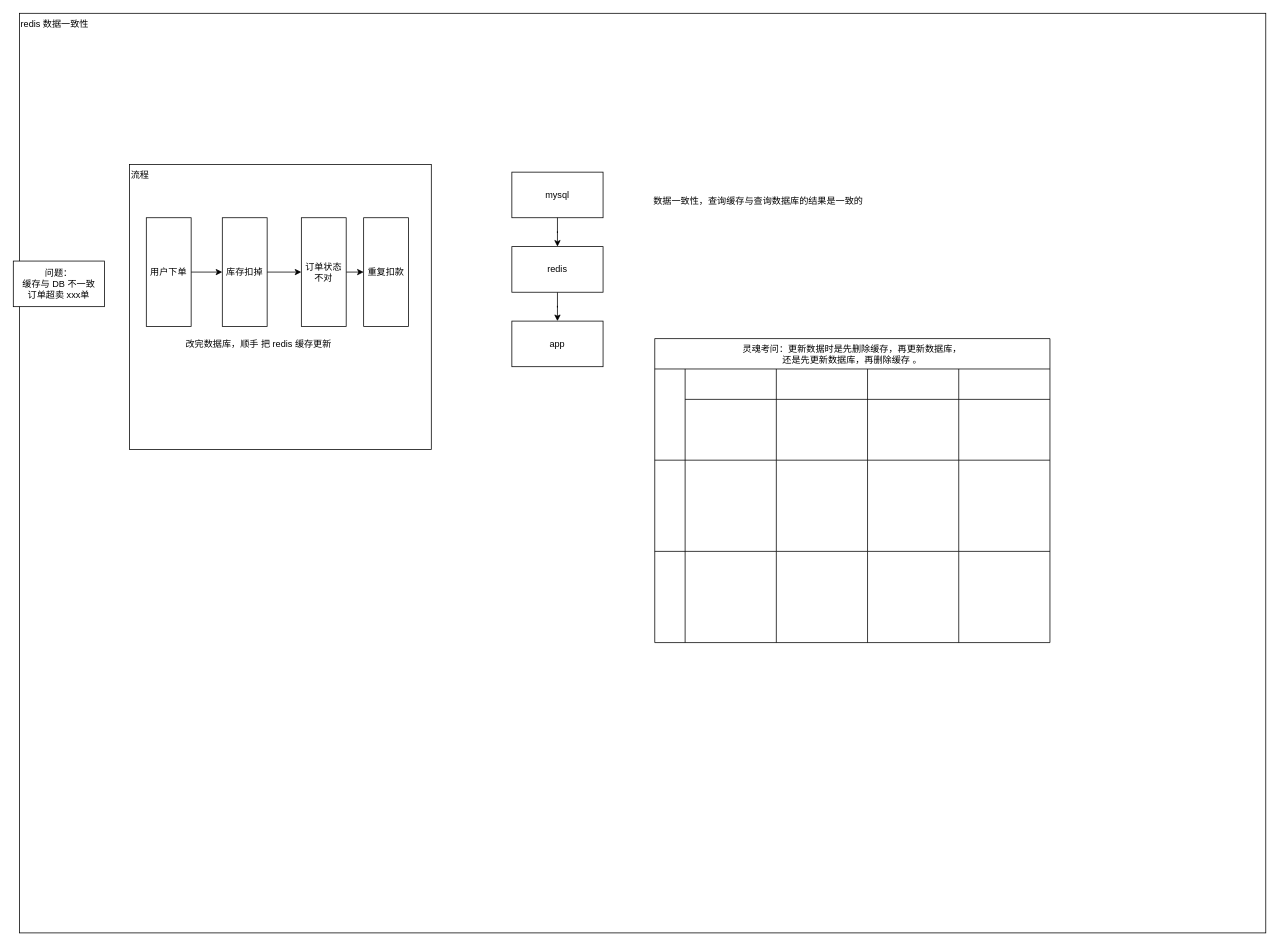
Earlier version of the draw.io diagram page "第 13 页" (13 of 13) of 2-redis/Redis-架构与面试.drawio (vic868/Deliberate). Source tidied: cells renumbered, new cells numbered last; positions are measured from the earlier drawing's top-left corner, leaving out a move shared by most shapes. Both pictures are drawn from the tidied source at 76%, with x=0, y=0 at pixel (13, 13).
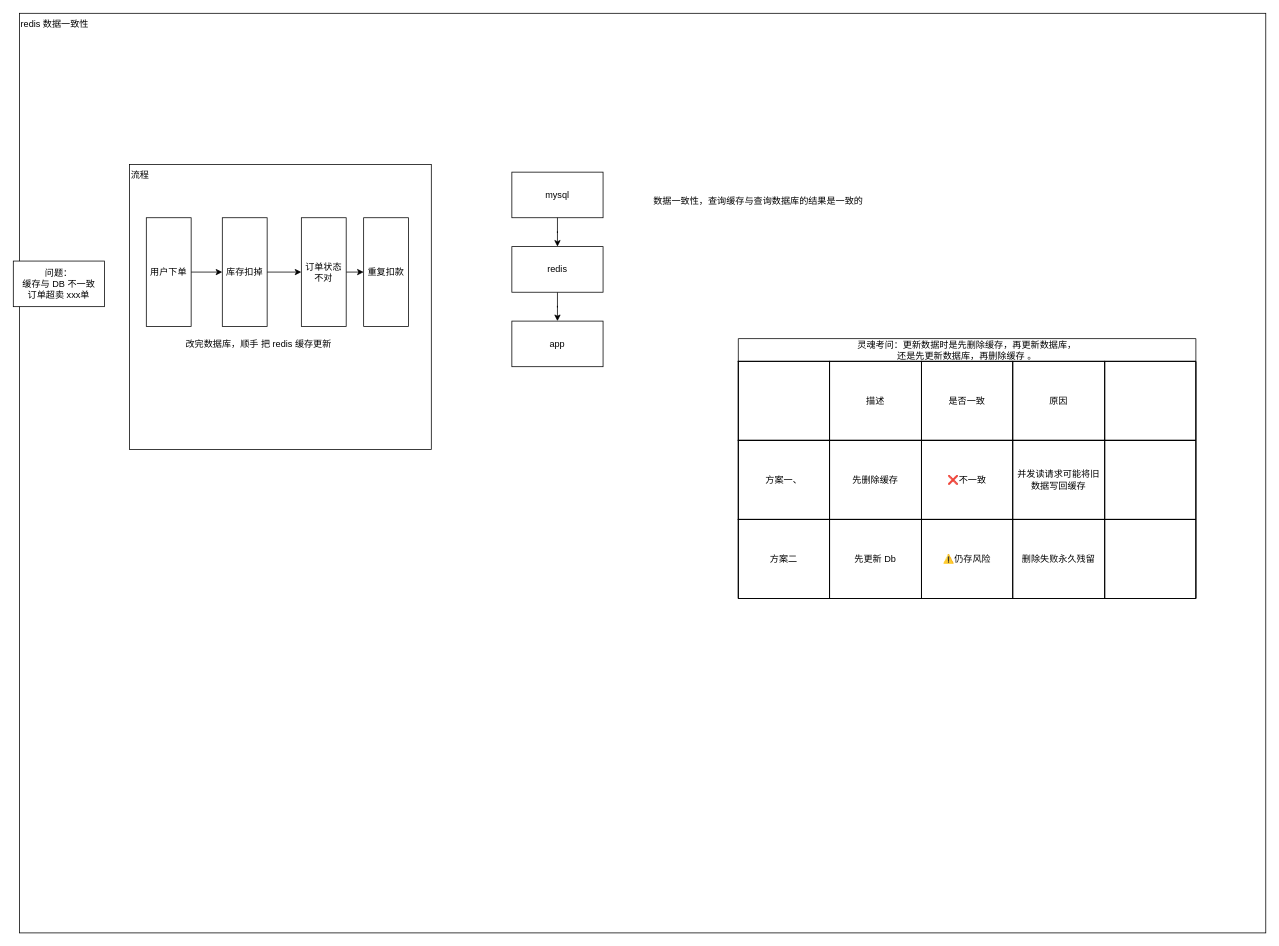
Above is the later version.

Commit message:
vault backup: 2026-10-24 13:47:46

The edit, as a diff of the source:
```diff
@@
-    <mxCell id="20" value="灵魂考问：更新数据时是先删除缓存，再更新数据库，&#10;还是先更新数据库，再删除缓存 。" style="shape=table;childLayout=tableLayout;fixedHeader=1;tableRender=collapsed;startSize=40;" parent="1" vertex="1">
-      <mxGeometry x="844" y="428" width="520" height="400" as="geometry" />
+    <mxCell id="20" value="灵魂考问：更新数据时是先删除缓存，再更新数据库，&#10;还是先更新数据库，再删除缓存 。" style="shape=table;startSize=30;childLayout=tableLayout;fixedHeader=1;tableRender=collapsed;" parent="1" vertex="1">
+      <mxGeometry x="954" y="428" width="602" height="342" as="geometry" />
     </mxCell>
-    <mxCell id="21" style="shape=tableRow;horizontal=0;swimlaneHead=0;swimlaneBody=0;strokeColor=inherit;fontStyle=0;fillColor=none;startSize=40;fixedHeader=1;whiteSpace=wrap;" parent="20" vertex="1">
-      <mxGeometry y="40" width="520" height="120" as="geometry" />
-    </mxCell>
-    <mxCell id="22" style="swimlane;swimlaneHead=0;swimlaneBody=0;fontStyle=0;strokeColor=inherit;fillColor=none;startSize=40;" parent="21" vertex="1">
-      <mxGeometry x="40" width="120" height="120" as="geometry" />
-    </mxCell>
-    <mxCell id="23" style="swimlane;swimlaneHead=0;swimlaneBody=0;fontStyle=0;strokeColor=inherit;fillColor=none;startSize=40;" parent="21" vertex="1">
-      <mxGeometry x="160" width="120" height="120" as="geometry" />
-    </mxCell>
-    <mxCell id="24" style="swimlane;swimlaneHead=0;swimlaneBody=0;fontStyle=0;strokeColor=inherit;fillColor=none;startSize=40;" parent="21" vertex="1">
-      <mxGeometry x="280" width="120" height="120" as="geometry" />
-    </mxCell>
-    <mxCell id="25" style="swimlane;swimlaneHead=0;swimlaneBody=0;fontStyle=0;strokeColor=inherit;fillColor=none;startSize=40;" parent="21" vertex="1">
-      <mxGeometry x="400" width="120" height="120" as="geometry" />
-    </mxCell>
-    <mxCell id="26" style="shape=tableRow;horizontal=0;swimlaneHead=0;swimlaneBody=0;strokeColor=inherit;fontStyle=0;fillColor=none;startSize=40;fixedHeader=1;" parent="20" vertex="1">
-      <mxGeometry y="160" width="520" height="120" as="geometry" />
-    </mxCell>
-    <mxCell id="27" style="swimlane;swimlaneHead=0;swimlaneBody=0;fontStyle=0;strokeColor=inherit;fillColor=none;startSize=0;" parent="26" vertex="1">
-      <mxGeometry x="40" width="120" height="120" as="geometry" />
-    </mxCell>
-    <mxCell id="28" style="swimlane;swimlaneHead=0;swimlaneBody=0;fontStyle=0;strokeColor=inherit;fillColor=none;startSize=0;" parent="26" vertex="1">
-      <mxGeometry x="160" width="120" height="120" as="geometry" />
-    </mxCell>
-    <mxCell id="29" style="swimlane;swimlaneHead=0;swimlaneBody=0;fontStyle=0;strokeColor=inherit;fillColor=none;startSize=0;" parent="26" vertex="1">
-      <mxGeometry x="280" width="120" height="120" as="geometry" />
-    </mxCell>
-    <mxCell id="30" style="swimlane;swimlaneHead=0;swimlaneBody=0;fontStyle=0;strokeColor=inherit;fillColor=none;startSize=0;" parent="26" vertex="1">
-      <mxGeometry x="400" width="120" height="120" as="geometry" />
-    </mxCell>
-    <mxCell id="31" style="shape=tableRow;horizontal=0;swimlaneHead=0;swimlaneBody=0;strokeColor=inherit;fontStyle=0;fillColor=none;startSize=40;fixedHeader=1;" parent="20" vertex="1">
-      <mxGeometry y="280" width="520" height="120" as="geometry" />
-    </mxCell>
-    <mxCell id="32" style="swimlane;swimlaneHead=0;swimlaneBody=0;fontStyle=0;strokeColor=inherit;fillColor=none;startSize=0;" parent="31" vertex="1">
-      <mxGeometry x="40" width="120" height="120" as="geometry" />
-    </mxCell>
-    <mxCell id="33" style="swimlane;swimlaneHead=0;swimlaneBody=0;fontStyle=0;strokeColor=inherit;fillColor=none;startSize=0;" parent="31" vertex="1">
-      <mxGeometry x="160" width="120" height="120" as="geometry" />
-    </mxCell>
-    <mxCell id="34" style="swimlane;swimlaneHead=0;swimlaneBody=0;fontStyle=0;strokeColor=inherit;fillColor=none;startSize=0;" parent="31" vertex="1">
-      <mxGeometry x="280" width="120" height="120" as="geometry" />
-    </mxCell>
-    <mxCell id="35" style="swimlane;swimlaneHead=0;swimlaneBody=0;fontStyle=0;strokeColor=inherit;fillColor=none;startSize=0;" parent="31" vertex="1">
-      <mxGeometry x="400" width="120" height="120" as="geometry" />
-    </mxCell>
+    <mxCell id="36" style="shape=tableRow;horizontal=0;startSize=0;swimlaneHead=0;swimlaneBody=0;strokeColor=inherit;fillColor=none;fixedHeader=1;" parent="20" vertex="1">
+      <mxGeometry y="30" width="602" height="104" as="geometry" />
+    </mxCell>
+    <mxCell id="37" style="shape=partialRectangle;html=1;whiteSpace=wrap;strokeColor=inherit;overflow=hidden;fillColor=none;" parent="36" vertex="1">
+      <mxGeometry width="120" height="104" as="geometry" />
+    </mxCell>
+    <mxCell id="38" value="描述" style="shape=partialRectangle;html=1;whiteSpace=wrap;strokeColor=inherit;overflow=hidden;fillColor=none;" parent="36" vertex="1">
+      <mxGeometry x="120" width="121" height="104" as="geometry" />
+    </mxCell>
+    <mxCell id="39" value="是否一致" style="shape=partialRectangle;html=1;whiteSpace=wrap;strokeColor=inherit;overflow=hidden;fillColor=none;" parent="36" vertex="1">
+      <mxGeometry x="241" width="120" height="104" as="geometry" />
+    </mxCell>
+    <mxCell id="40" value="原因" style="shape=partialRectangle;html=1;whiteSpace=wrap;strokeColor=inherit;overflow=hidden;fillColor=none;" parent="36" vertex="1">
+      <mxGeometry x="361" width="121" height="104" as="geometry" />
+    </mxCell>
+    <mxCell id="41" style="shape=partialRectangle;html=1;whiteSpace=wrap;strokeColor=inherit;overflow=hidden;fillColor=none;" parent="36" vertex="1">
+      <mxGeometry x="482" width="120" height="104" as="geometry" />
+    </mxCell>
+    <mxCell id="42" style="shape=tableRow;horizontal=0;startSize=0;swimlaneHead=0;swimlaneBody=0;strokeColor=inherit;fillColor=none;fixedHeader=1;" parent="20" vertex="1">
+      <mxGeometry y="134" width="602" height="104" as="geometry" />
+    </mxCell>
+    <mxCell id="43" value="方案一、" style="shape=partialRectangle;html=1;whiteSpace=wrap;strokeColor=inherit;overflow=hidden;fillColor=none;" parent="42" vertex="1">
+      <mxGeometry width="120" height="104" as="geometry" />
+    </mxCell>
+    <mxCell id="44" value="先删除缓存" style="shape=partialRectangle;html=1;whiteSpace=wrap;strokeColor=inherit;overflow=hidden;fillColor=none;" parent="42" vertex="1">
+      <mxGeometry x="120" width="121" height="104" as="geometry" />
+    </mxCell>
+    <mxCell id="45" value="❌不一致" style="shape=partialRectangle;html=1;whiteSpace=wrap;strokeColor=inherit;overflow=hidden;fillColor=none;" parent="42" vertex="1">
+      <mxGeometry x="241" width="120" height="104" as="geometry" />
+    </mxCell>
+    <mxCell id="46" value="并发读请求可能将旧数据写回缓存" style="shape=partialRectangle;html=1;whiteSpace=wrap;strokeColor=inherit;overflow=hidden;fillColor=none;" parent="42" vertex="1">
+      <mxGeometry x="361" width="121" height="104" as="geometry" />
+    </mxCell>
+    <mxCell id="47" style="shape=partialRectangle;html=1;whiteSpace=wrap;strokeColor=inherit;overflow=hidden;fillColor=none;" parent="42" vertex="1">
+      <mxGeometry x="482" width="120" height="104" as="geometry" />
+    </mxCell>
+    <mxCell id="48" style="shape=tableRow;horizontal=0;startSize=0;swimlaneHead=0;swimlaneBody=0;strokeColor=inherit;fillColor=none;fixedHeader=1;" parent="20" vertex="1">
+      <mxGeometry y="238" width="602" height="104" as="geometry" />
+    </mxCell>
+    <mxCell id="49" value="方案二" style="shape=partialRectangle;html=1;whiteSpace=wrap;strokeColor=inherit;overflow=hidden;fillColor=none;" parent="48" vertex="1">
+      <mxGeometry width="120" height="104" as="geometry" />
+    </mxCell>
+    <mxCell id="50" value="先更新 Db" style="shape=partialRectangle;html=1;whiteSpace=wrap;strokeColor=inherit;overflow=hidden;fillColor=none;" parent="48" vertex="1">
+      <mxGeometry x="120" width="121" height="104" as="geometry" />
+    </mxCell>
+    <mxCell id="51" value="⚠️仍存风险" style="shape=partialRectangle;html=1;whiteSpace=wrap;strokeColor=inherit;overflow=hidden;fillColor=none;" parent="48" vertex="1">
+      <mxGeometry x="241" width="120" height="104" as="geometry" />
+    </mxCell>
+    <mxCell id="52" value="删除失败永久残留" style="shape=partialRectangle;html=1;whiteSpace=wrap;strokeColor=inherit;overflow=hidden;fillColor=none;" parent="48" vertex="1">
+      <mxGeometry x="361" width="121" height="104" as="geometry" />
+    </mxCell>
+    <mxCell id="53" style="shape=partialRectangle;html=1;whiteSpace=wrap;strokeColor=inherit;overflow=hidden;fillColor=none;" parent="48" vertex="1">
+      <mxGeometry x="482" width="120" height="104" as="geometry" />
+    </mxCell>
```
